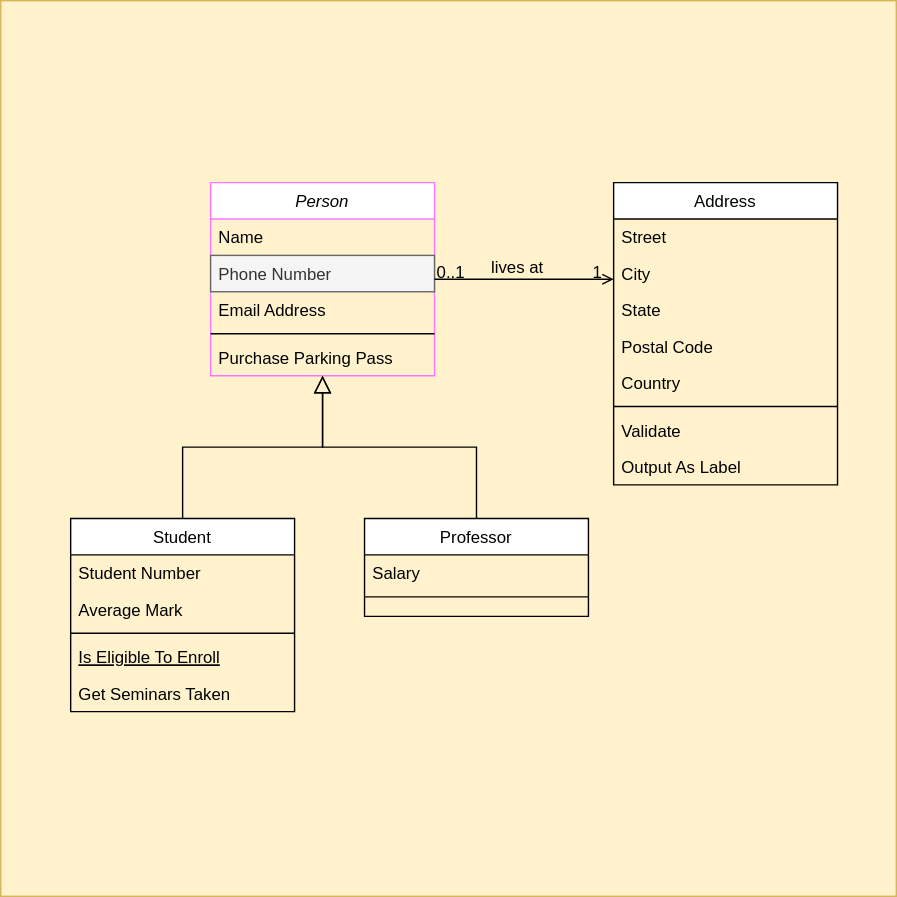
This is Diagrama.drawio.svg from min-swep-r/kodes, a draw.io export, as it was before one commit. Source tidied: cells renumbered, new cells last; positions are measured from the earlier drawing's top-left corner, leaving out a move shared by most shapes.
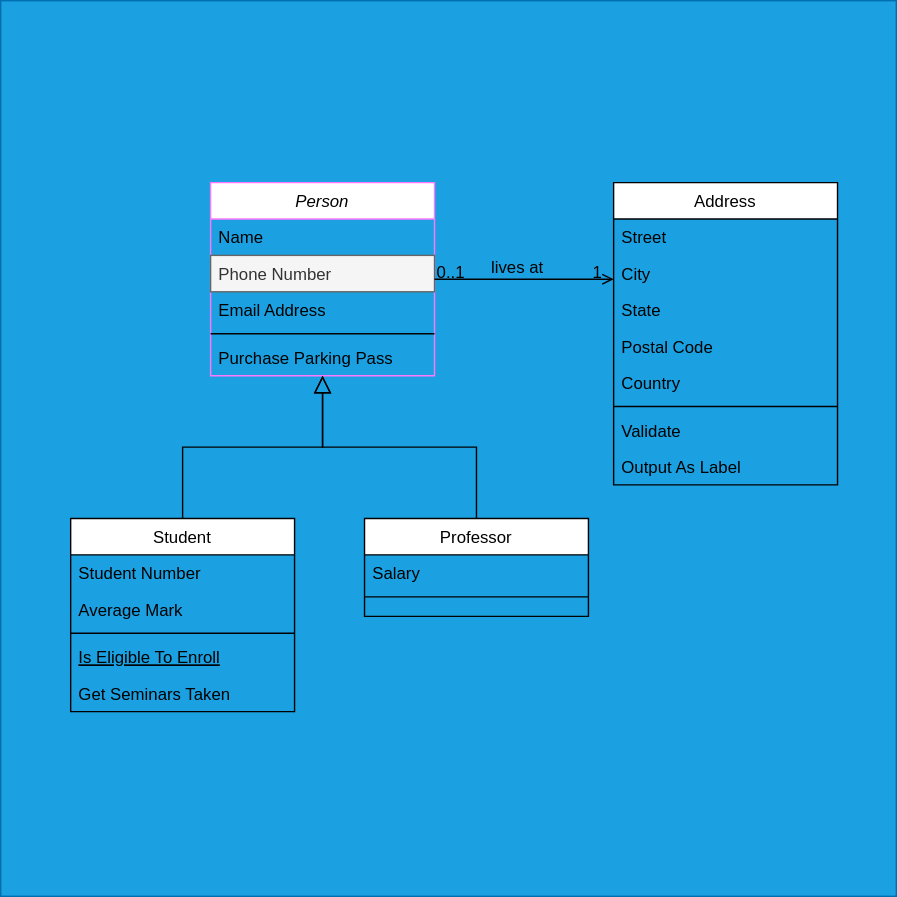
After the change.

What changed in the source:
```diff
@@ -2,7 +2,7 @@
   <root>
     <mxCell id="0" />
     <mxCell id="1" parent="0" />
-    <mxCell id="2" style="whiteSpace=wrap;html=1;fillColor=#fff2cc;strokeColor=#d6b656;" parent="1" vertex="1">
+    <mxCell id="2" style="whiteSpace=wrap;html=1;fillColor=#1ba1e2;strokeColor=#006EAF;fontColor=#ffffff;" parent="1" vertex="1">
       <mxGeometry width="640" height="640" as="geometry" />
     </mxCell>
     <mxCell id="3" value="Person" style="swimlane;fontStyle=2;align=center;verticalAlign=top;horizontal=1;startSize=26;rounded=0;shadow=0;strokeWidth=1;strokeColor=#FF78FF;" parent="1" vertex="1">
```
